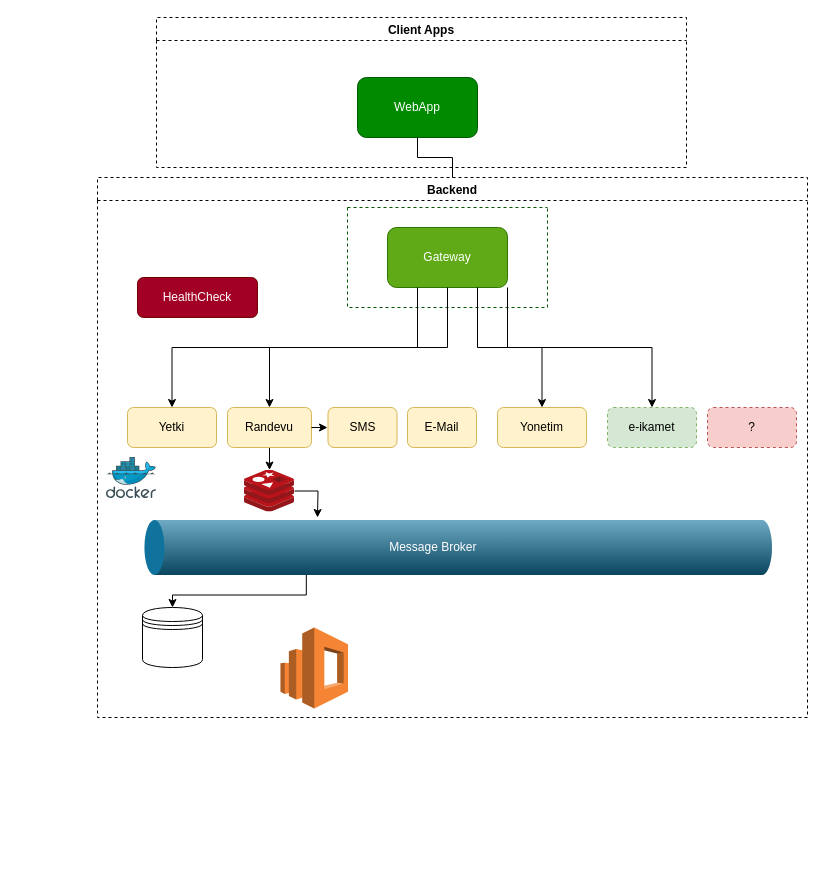
Earlier version of the draw.io diagram appointment_drawing.drawio (KenanBolat/drawio_repositories). Source tidied: cells renumbered, new cells numbered last; positions are measured from the earlier drawing's top-left corner, leaving out a move shared by most shapes. Both pictures are drawn from the tidied source at 100%, with x=0, y=0 at pixel (97, 17).
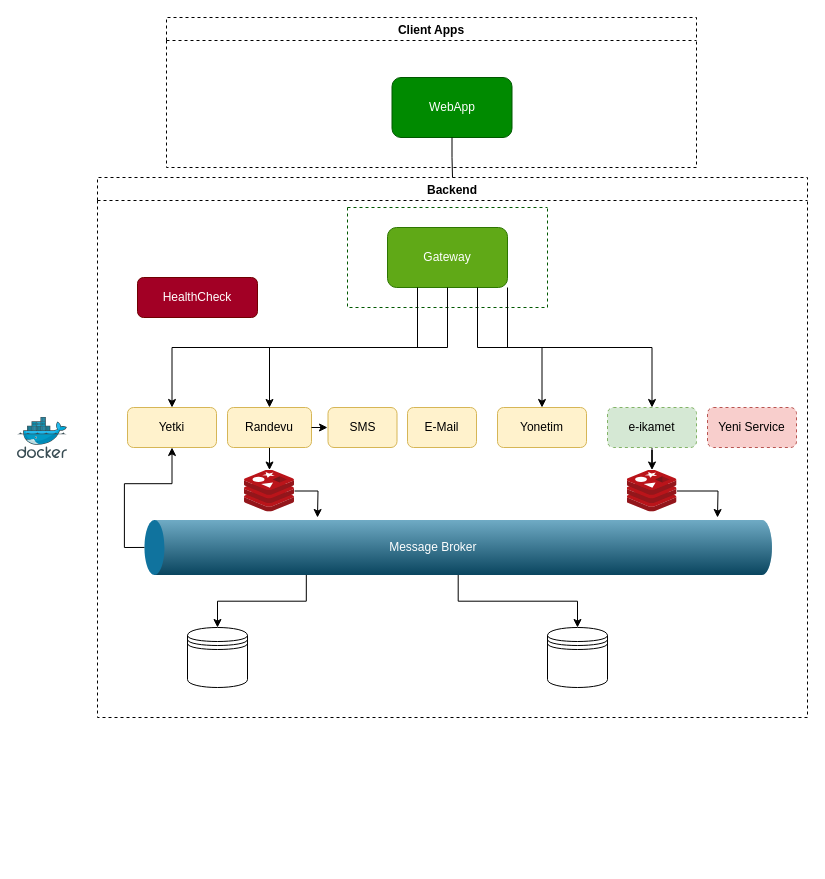
The same page after the edit.

Unchanged cells that the change refers to:
```xml
<mxCell id="4" value="Backend" style="swimlane;fontColor=#000000;dashed=1;" parent="1" vertex="1">
  <mxGeometry y="160" width="710" height="540" as="geometry" />
</mxCell>
<mxCell id="5" style="group;" parent="4" vertex="1">
  <mxGeometry x="110" y="350" width="454" height="333.8" as="geometry" />
</mxCell>
<mxCell id="6" style="verticalLabelPosition=bottom;verticalAlign=top;html=1;shape=mxgraph.infographic.cylinder;fillColor=#10739E;strokeColor=none;rotation=-90;" parent="5" vertex="1">
  <mxGeometry x="223.2" y="-293.8" width="55" height="627.5" as="geometry" />
</mxCell>
<mxCell id="12" value="Yetki" style="rounded=1;whiteSpace=wrap;html=1;fillColor=#fff2cc;strokeColor=#d6b656;" parent="4" vertex="1">
  <mxGeometry x="30" y="230" width="89" height="40" as="geometry" />
</mxCell>
<mxCell id="18" value="e-ikamet" style="rounded=1;whiteSpace=wrap;html=1;fontColor=#000000;dashed=1;fillColor=#d5e8d4;strokeColor=#82b366;" parent="4" vertex="1">
  <mxGeometry x="510" y="230" width="89" height="40" as="geometry" />
</mxCell>
```

The edit, as a diff of the source:
```diff
@@
     <mxCell id="2" value="Client Apps" style="swimlane;fontColor=#000000;dashed=1;" parent="1" vertex="1">
-      <mxGeometry x="59" width="530" height="150" as="geometry" />
+      <mxGeometry x="69" width="530" height="150" as="geometry" />
     </mxCell>
     <mxCell id="3" value="WebApp" style="rounded=1;whiteSpace=wrap;html=1;fontColor=#ffffff;fillColor=#008a00;strokeColor=#005700;" parent="2" vertex="1">
-      <mxGeometry x="201" y="60" width="120" height="60" as="geometry" />
+      <mxGeometry x="225.5" y="60" width="120" height="60" as="geometry" />
     </mxCell>
@@
+    <mxCell id="31" style="edgeStyle=orthogonalEdgeStyle;rounded=0;jettySize=auto;html=1;exitX=0;exitY=0;exitDx=0;exitDy=313.75;exitPerimeter=0;" parent="5" edge="1" source="6" target="32">
+      <mxGeometry relative="1" as="geometry" />
+    </mxCell>
@@
-    <mxCell id="8" style="dashed=0;verticalLabelPosition=bottom;verticalAlign=top;align=center;html=1;shape=mxgraph.aws3.elasticsearch_service;fillColor=#F58534;gradientColor=none;fontColor=#000000;" parent="5" vertex="1">
-      <mxGeometry x="73" y="100" width="67.5" height="81" as="geometry" />
-    </mxCell>
+    <mxCell id="32" style="shape=datastore;whiteSpace=wrap;html=1;fontColor=#000000;" parent="5" vertex="1">
+      <mxGeometry x="340" y="100" width="60" height="60" as="geometry" />
+    </mxCell>
+    <mxCell id="25" style="shape=datastore;whiteSpace=wrap;html=1;fontColor=#000000;" parent="5" vertex="1">
+      <mxGeometry x="-20" y="100" width="60" height="60" as="geometry" />
+    </mxCell>
+    <mxCell id="26" style="edgeStyle=orthogonalEdgeStyle;rounded=0;jettySize=auto;html=1;exitX=0;exitY=0;exitDx=0;exitDy=161.875;exitPerimeter=0;entryX=0.5;entryY=0;entryDx=0;entryDy=0;fontColor=#000000;" parent="5" edge="1" source="6" target="25">
+      <mxGeometry relative="1" as="geometry" />
+    </mxCell>
@@
+    <mxCell id="33" style="edgeStyle=orthogonalEdgeStyle;rounded=0;jettySize=auto;html=1;exitX=0.5;exitY=1;exitDx=0;exitDy=0;" parent="4" edge="1" source="18" target="34">
+      <mxGeometry relative="1" as="geometry" />
+    </mxCell>
@@
-    <mxCell id="19" value="?" style="rounded=1;whiteSpace=wrap;html=1;dashed=1;fillColor=#f8cecc;strokeColor=#b85450;" parent="4" vertex="1">
+    <mxCell id="19" value="Yeni Service" style="rounded=1;whiteSpace=wrap;html=1;dashed=1;fillColor=#f8cecc;strokeColor=#b85450;" parent="4" vertex="1">
       <mxGeometry x="610" y="230" width="89" height="40" as="geometry" />
     </mxCell>
@@
-    <mxCell id="25" style="shape=datastore;whiteSpace=wrap;html=1;fontColor=#000000;" parent="4" vertex="1">
-      <mxGeometry x="45" y="430" width="60" height="60" as="geometry" />
-    </mxCell>
-    <mxCell id="26" style="edgeStyle=orthogonalEdgeStyle;rounded=0;jettySize=auto;html=1;exitX=0;exitY=0;exitDx=0;exitDy=161.875;exitPerimeter=0;entryX=0.5;entryY=0;entryDx=0;entryDy=0;fontColor=#000000;" parent="4" edge="1" source="6" target="25">
-      <mxGeometry relative="1" as="geometry" />
-    </mxCell>
-    <mxCell id="27" style="sketch=0;html=1;align=center;image;fontSize=12;image=img/lib/mscae/Docker.svg;fontColor=#000000;" parent="4" vertex="1">
-      <mxGeometry x="9" y="280" width="50" height="41" as="geometry" />
-    </mxCell>
+    <mxCell id="34" style="sketch=0;html=1;points=[];align=center;image;fontSize=12;image=img/lib/mscae/Cache_Redis_Product.svg;dashed=1;fontColor=#000000;" parent="4" vertex="1">
+      <mxGeometry x="529.5" y="292.5" width="50" height="42" as="geometry" />
+    </mxCell>
+    <mxCell id="35" style="edgeStyle=orthogonalEdgeStyle;rounded=0;jettySize=auto;html=1;exitX=0.5;exitY=0;exitDx=0;exitDy=0;exitPerimeter=0;entryX=0.5;entryY=1;entryDx=0;entryDy=0;" parent="4" edge="1" source="6" target="12">
+      <mxGeometry relative="1" as="geometry" />
+    </mxCell>
@@
+    <mxCell id="36" style="edgeStyle=orthogonalEdgeStyle;rounded=0;jettySize=auto;html=1;" parent="1" edge="1" source="34">
+      <mxGeometry relative="1" as="geometry">
+        <mxPoint x="620" y="500" as="targetPoint" />
+      </mxGeometry>
+    </mxCell>
+    <mxCell id="27" style="sketch=0;html=1;align=center;image;fontSize=12;image=img/lib/mscae/Docker.svg;fontColor=#000000;" parent="1" vertex="1">
+      <mxGeometry x="-80" y="400" width="50" height="41" as="geometry" />
+    </mxCell>
```
